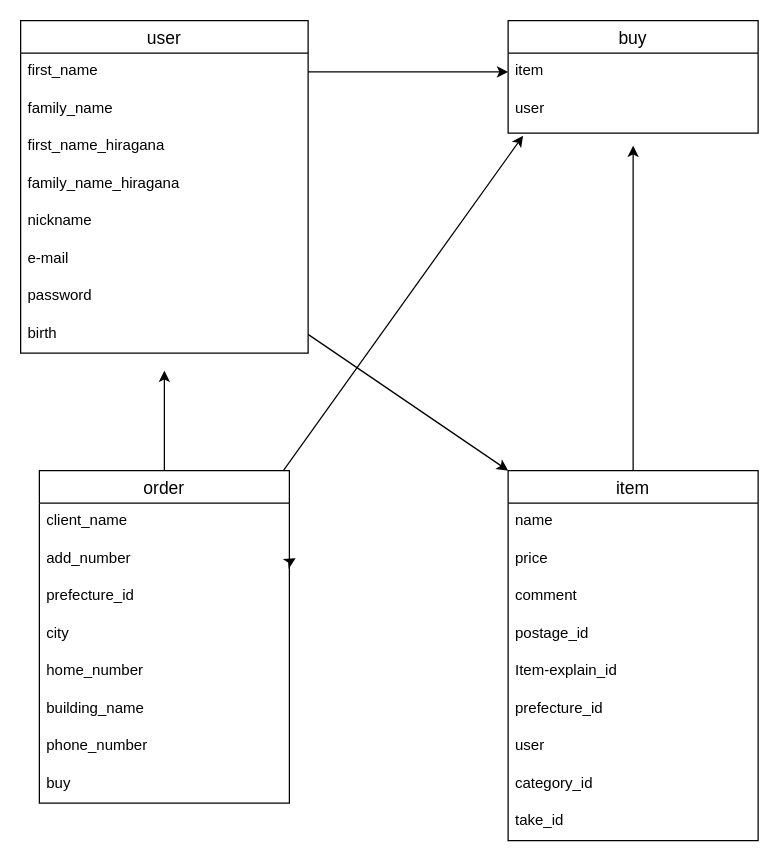
kosui3625/furima-40253 keeps this draw.io diagram as table.dio. Above is the earlier version. Source tidied: cells renumbered, new cells numbered last; positions are measured from the earlier drawing's top-left corner, leaving out a move shared by most shapes. Both pictures are drawn from the tidied source at 125%, with x=0, y=0 at pixel (20, 20).
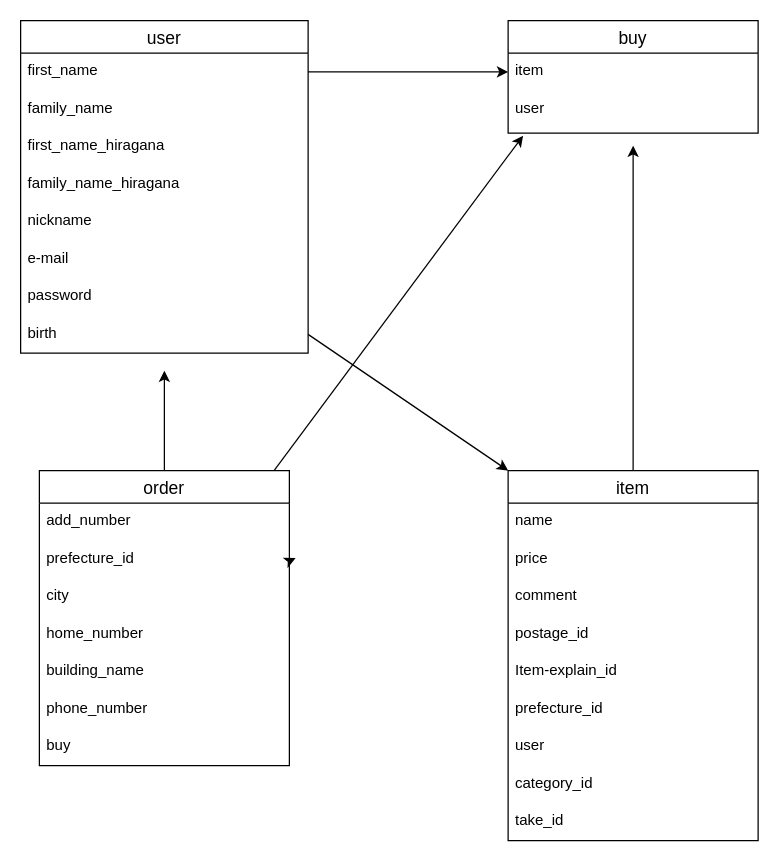
After the change.

Commit message:
設計図修正

The edit, as a diff of the source:
```diff
@@
     <mxCell id="24" value="order" style="swimlane;fontStyle=0;horizontal=1;startSize=26;align=center;fontSize=14;" parent="1" vertex="1">
-      <mxGeometry x="15" y="360" width="200" height="266" as="geometry" />
+      <mxGeometry x="15" y="360" width="200" height="236" as="geometry" />
     </mxCell>
@@
-    <mxCell id="26" value="client_name" style="text;strokeColor=none;fillColor=none;spacingLeft=4;spacingRight=4;overflow=hidden;fontSize=12;" parent="24" vertex="1">
-      <mxGeometry y="26" width="200" height="30" as="geometry" />
-    </mxCell>
     <mxCell id="27" value="add_number" style="text;strokeColor=none;fillColor=none;spacingLeft=4;spacingRight=4;overflow=hidden;points=[[0,0.5],[1,0.5]];portConstraint=eastwest;fontSize=12;" parent="24" vertex="1">
-      <mxGeometry y="56" width="200" height="30" as="geometry" />
+      <mxGeometry y="26" width="200" height="30" as="geometry" />
     </mxCell>
     <mxCell id="28" value="prefecture_id" style="text;strokeColor=none;fillColor=none;spacingLeft=4;spacingRight=4;overflow=hidden;fontSize=12;" parent="24" vertex="1">
-      <mxGeometry y="86" width="200" height="30" as="geometry" />
+      <mxGeometry y="56" width="200" height="30" as="geometry" />
     </mxCell>
     <mxCell id="29" value="city" style="text;strokeColor=none;fillColor=none;spacingLeft=4;spacingRight=4;overflow=hidden;fontSize=12;" parent="24" vertex="1">
-      <mxGeometry y="116" width="200" height="30" as="geometry" />
+      <mxGeometry y="86" width="200" height="30" as="geometry" />
     </mxCell>
     <mxCell id="30" value="home_number" style="text;strokeColor=none;fillColor=none;spacingLeft=4;spacingRight=4;overflow=hidden;fontSize=12;" parent="24" vertex="1">
-      <mxGeometry y="146" width="200" height="30" as="geometry" />
+      <mxGeometry y="116" width="200" height="30" as="geometry" />
     </mxCell>
     <mxCell id="31" value="building_name" style="text;strokeColor=none;fillColor=none;spacingLeft=4;spacingRight=4;overflow=hidden;fontSize=12;" parent="24" vertex="1">
-      <mxGeometry y="176" width="200" height="30" as="geometry" />
+      <mxGeometry y="146" width="200" height="30" as="geometry" />
     </mxCell>
     <mxCell id="32" value="phone_number" style="text;strokeColor=none;fillColor=none;spacingLeft=4;spacingRight=4;overflow=hidden;fontSize=12;" parent="24" vertex="1">
-      <mxGeometry y="206" width="200" height="30" as="geometry" />
+      <mxGeometry y="176" width="200" height="30" as="geometry" />
     </mxCell>
     <mxCell id="33" value="buy" style="text;strokeColor=none;fillColor=none;spacingLeft=4;spacingRight=4;overflow=hidden;fontSize=12;" parent="24" vertex="1">
-      <mxGeometry y="236" width="200" height="30" as="geometry" />
+      <mxGeometry y="206" width="200" height="30" as="geometry" />
     </mxCell>
```
